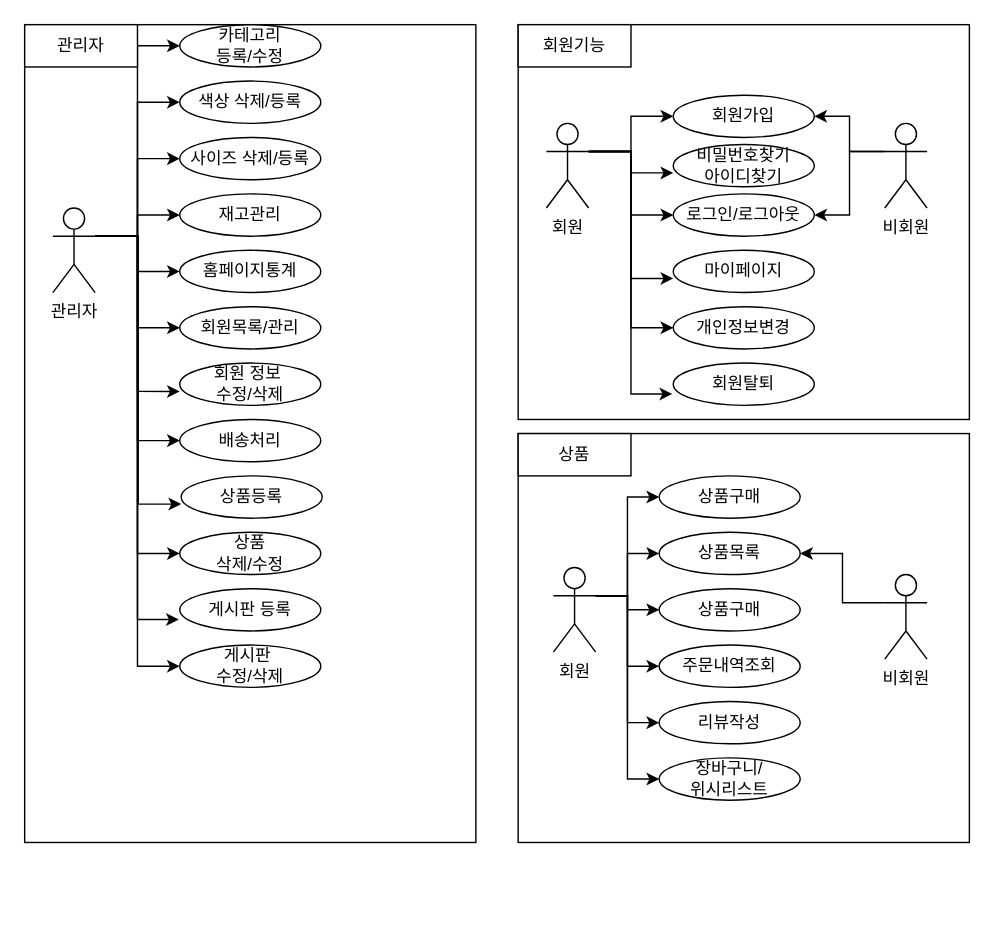
This is Untitled Diagram.drawio from dyless0811/KIM4PACKJANG, a draw.io file, before an edit. Source tidied: cells renumbered, new cells numbered last; positions are measured from the earlier drawing's top-left corner, leaving out a move shared by most shapes. Both pictures are drawn from the tidied source at 141%, with x=0, y=0 at pixel (24, 24).
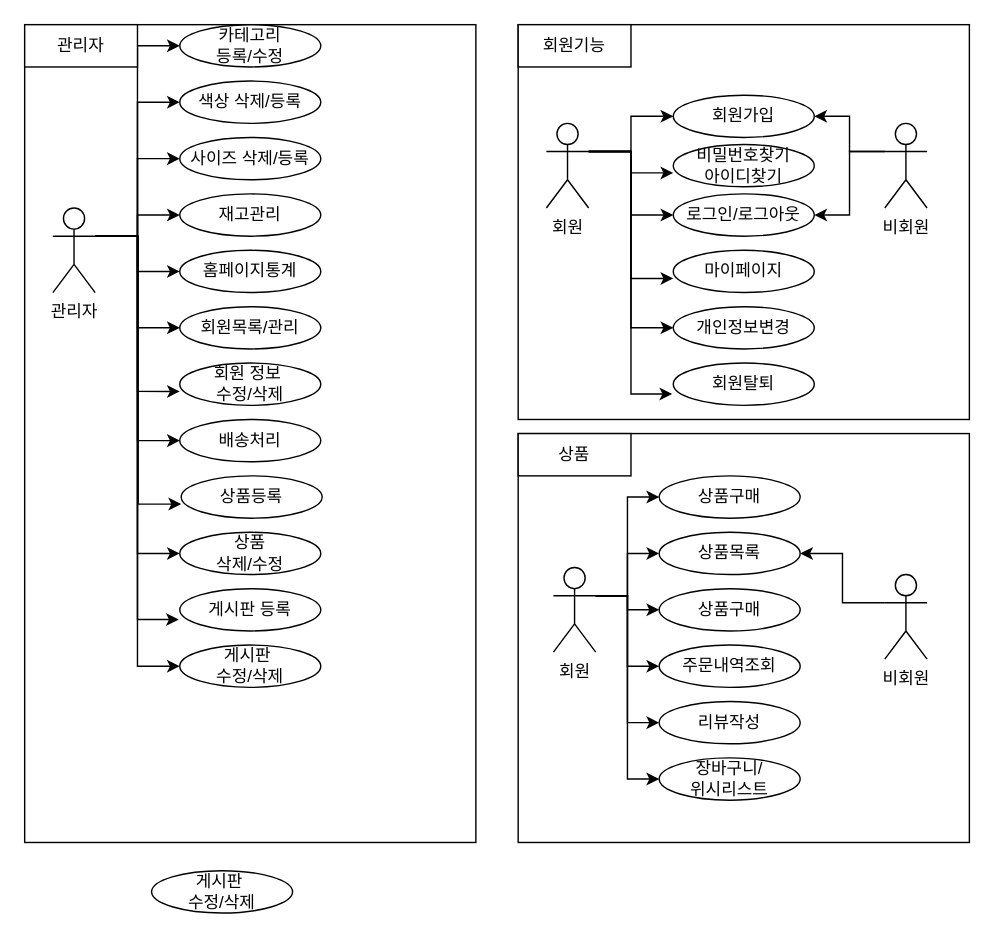
The same page after the edit.

Diff of the diagram source:
```diff
@@
+    <mxCell id="64" value="게시판&amp;nbsp;&lt;br&gt;수정/삭제" style="ellipse;whiteSpace=wrap;html=1;" parent="1" vertex="1">
+      <mxGeometry x="90" y="600" width="100" height="30" as="geometry" />
+    </mxCell>
```
